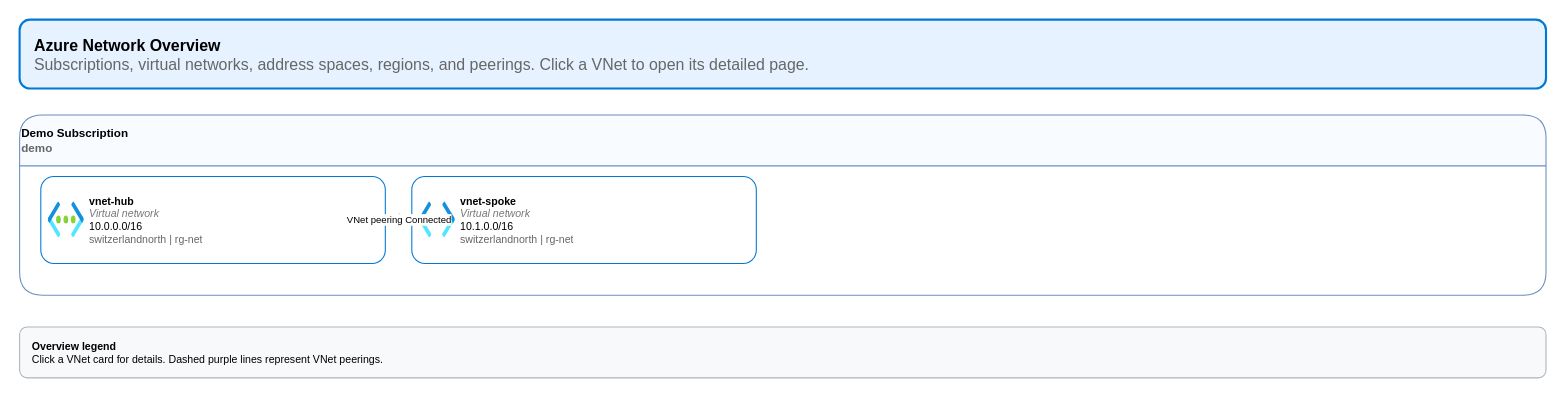
Above: page "Network Overview" (1 of 13) of sample-network.drawio in zh54321/VNetAtlas (draw.io), before the change. Source tidied: cells renumbered, new cells numbered last; positions are measured from the earlier drawing's top-left corner, leaving out a move shared by most shapes. Both pictures are drawn from the tidied source at 106%, with x=0, y=0 at pixel (19, 19).
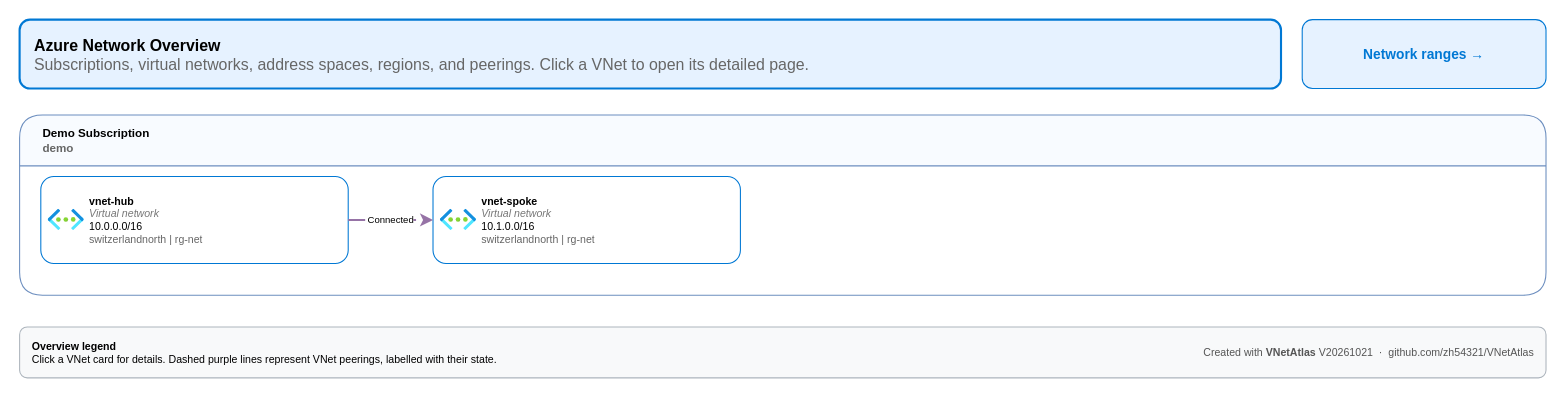
The same page after the edit.

Change to the diagram source:
```diff
@@
 <mxGraphModel background="light-dark(#ffffff,#1e1f22)">
   <root>
     <mxCell id="0" />
     <mxCell id="1" parent="0" />
     <mxCell id="2" parent="0" />
     <mxCell id="3" value="&lt;b&gt;Azure Network Overview&lt;/b&gt;&lt;br&gt;&lt;font color='#666666'&gt;Subscriptions, virtual networks, address spaces, regions, and peerings. Click a VNet to open its detailed page.&lt;/font&gt;" style="rounded=1;whiteSpace=wrap;html=1;fillColor=light-dark(#e6f2ff,#1d2d40);strokeColor=light-dark(#0078d4,#4a9be0);strokeWidth=2;fontSize=15;align=left;spacingLeft=12;fontColor=light-dark(#000000,#dcdde0);" parent="1" vertex="1">
-      <mxGeometry width="1440" height="65" as="geometry" />
+      <mxGeometry width="1190" height="65" as="geometry" />
     </mxCell>
+    <mxCell id="9" value="Network ranges &amp;#8594;" style="rounded=1;whiteSpace=wrap;html=1;fillColor=light-dark(#e6f2ff,#1d2d40);strokeColor=light-dark(#0078d4,#4a9be0);fontColor=light-dark(#0078d4,#6cb6ff);fontStyle=1;fontSize=13;" parent="1" vertex="1">
+      <mxGeometry x="1210" width="230" height="65" as="geometry" />
+    </mxCell>
-    <mxCell id="4" value="&lt;b&gt;Demo Subscription&lt;/b&gt;&lt;br&gt;&lt;font color='#666666'&gt;demo&lt;/font&gt;" style="swimlane;html=1;rounded=1;startSize=48;fillColor=light-dark(#f8fbff,#22272e);strokeColor=light-dark(#6c8ebf,#5f7fae);fontSize=11;align=left;fontColor=light-dark(#000000,#dcdde0);" parent="1" vertex="1">
+    <mxCell id="4" value="&lt;b&gt;Demo Subscription&lt;/b&gt;&lt;br&gt;&lt;font color='#666666'&gt;demo&lt;/font&gt;" style="swimlane;html=1;rounded=1;startSize=48;fillColor=light-dark(#f8fbff,#22272e);strokeColor=light-dark(#6c8ebf,#5f7fae);fontSize=11;align=left;spacingLeft=20;fontColor=light-dark(#000000,#dcdde0);" parent="1" vertex="1">
       <mxGeometry y="90" width="1440" height="170" as="geometry" />
     </mxCell>
-    <mxCell id="5" value="&lt;b&gt;vnet-hub&lt;/b&gt;&lt;br&gt;&lt;font color='#777777'&gt;&lt;i&gt;Virtual network&lt;/i&gt;&lt;/font&gt;&lt;br&gt;10.0.0.0/16&lt;br&gt;&lt;font color='#666666'&gt;switzerlandnorth | rg-net&lt;/font&gt;" style="shape=label;rounded=1;whiteSpace=wrap;html=1;image=img/lib/azure2/networking/Virtual_Networks.svg;imageWidth=34;imageHeight=34;imageAlign=left;imageVerticalAlign=middle;spacingLeft=44;align=left;verticalAlign=middle;fillColor=light-dark(#ffffff,#2b2d31);strokeColor=light-dark(#0078d4,#4a9be0);fontSize=10;overflow=hidden;fontColor=light-dark(#000000,#dcdde0);" parent="4" vertex="1">
-      <mxGeometry x="20" y="58" width="325" height="82" as="geometry" />
+    <mxCell id="5" value="&lt;b&gt;vnet-hub&lt;/b&gt;&lt;br&gt;&lt;font color='#777777'&gt;&lt;i&gt;Virtual network&lt;/i&gt;&lt;/font&gt;&lt;br&gt;10.0.0.0/16&lt;br&gt;&lt;font color='#666666'&gt;switzerlandnorth | rg-net&lt;/font&gt;" style="shape=label;rounded=1;whiteSpace=wrap;html=1;image=img/lib/azure2/networking/Virtual_Networks.svg;imageWidth=34;imageHeight=20;imageAlign=left;imageVerticalAlign=middle;spacingLeft=44;align=left;verticalAlign=middle;fillColor=light-dark(#ffffff,#2b2d31);strokeColor=light-dark(#0078d4,#4a9be0);fontSize=10;overflow=hidden;fontColor=light-dark(#000000,#dcdde0);" parent="4" vertex="1">
+      <mxGeometry x="20" y="58" width="290" height="82" as="geometry" />
     </mxCell>
-    <mxCell id="6" value="&lt;b&gt;vnet-spoke&lt;/b&gt;&lt;br&gt;&lt;font color='#777777'&gt;&lt;i&gt;Virtual network&lt;/i&gt;&lt;/font&gt;&lt;br&gt;10.1.0.0/16&lt;br&gt;&lt;font color='#666666'&gt;switzerlandnorth | rg-net&lt;/font&gt;" style="shape=label;rounded=1;whiteSpace=wrap;html=1;image=img/lib/azure2/networking/Virtual_Networks.svg;imageWidth=34;imageHeight=34;imageAlign=left;imageVerticalAlign=middle;spacingLeft=44;align=left;verticalAlign=middle;fillColor=light-dark(#ffffff,#2b2d31);strokeColor=light-dark(#0078d4,#4a9be0);fontSize=10;overflow=hidden;fontColor=light-dark(#000000,#dcdde0);" parent="4" vertex="1">
-      <mxGeometry x="370" y="58" width="325" height="82" as="geometry" />
+    <mxCell id="6" value="&lt;b&gt;vnet-spoke&lt;/b&gt;&lt;br&gt;&lt;font color='#777777'&gt;&lt;i&gt;Virtual network&lt;/i&gt;&lt;/font&gt;&lt;br&gt;10.1.0.0/16&lt;br&gt;&lt;font color='#666666'&gt;switzerlandnorth | rg-net&lt;/font&gt;" style="shape=label;rounded=1;whiteSpace=wrap;html=1;image=img/lib/azure2/networking/Virtual_Networks.svg;imageWidth=34;imageHeight=20;imageAlign=left;imageVerticalAlign=middle;spacingLeft=44;align=left;verticalAlign=middle;fillColor=light-dark(#ffffff,#2b2d31);strokeColor=light-dark(#0078d4,#4a9be0);fontSize=10;overflow=hidden;fontColor=light-dark(#000000,#dcdde0);" parent="4" vertex="1">
+      <mxGeometry x="390" y="58" width="290" height="82" as="geometry" />
     </mxCell>
-    <mxCell id="7" value="VNet peering Connected" style="edgeStyle=orthogonalEdgeStyle;rounded=1;jettySize=20;html=1;dashed=1;dashPattern=8 4;strokeColor=light-dark(#9673a6,#9c84c4);strokeWidth=2;fontSize=9;jumpStyle=arc;jumpSize=8;labelBackgroundColor=light-dark(#ffffff,#1e1f22);sourcePerimeterSpacing=4;targetPerimeterSpacing=4;exitX=1;exitY=0.5;entryX=0;entryY=0.5;exitPerimeter=1;entryPerimeter=1;fontColor=light-dark(#000000,#dcdde0);" parent="2" edge="1" source="5" target="6">
+    <mxCell id="7" value="Connected" style="edgeStyle=orthogonalEdgeStyle;rounded=1;jettySize=20;html=1;dashed=1;dashPattern=8 4;strokeColor=light-dark(#9673a6,#9c84c4);strokeWidth=2;fontSize=9;jumpStyle=arc;jumpSize=8;labelBackgroundColor=light-dark(#ffffff,#1e1f22);sourcePerimeterSpacing=4;targetPerimeterSpacing=4;exitX=1;exitY=0.5;entryX=0;entryY=0.5;exitPerimeter=1;entryPerimeter=1;fontColor=light-dark(#000000,#dcdde0);" parent="2" edge="1" source="5" target="6">
       <mxGeometry relative="1" as="geometry" />
     </mxCell>
-    <mxCell id="8" value="&lt;b&gt;Overview legend&lt;/b&gt;&lt;br&gt;Click a VNet card for details. Dashed purple lines represent VNet peerings." style="rounded=1;whiteSpace=wrap;html=1;fillColor=light-dark(#f8f9fa,#26282c);strokeColor=light-dark(#adb5bd,#4a4f57);fontSize=10;align=left;spacingLeft=10;fontColor=light-dark(#000000,#dcdde0);" parent="1" vertex="1">
+    <mxCell id="8" value="&lt;b&gt;Overview legend&lt;/b&gt;&lt;br&gt;Click a VNet card for details. Dashed purple lines represent VNet peerings, labelled with their state." style="rounded=1;whiteSpace=wrap;html=1;fillColor=light-dark(#f8f9fa,#26282c);strokeColor=light-dark(#adb5bd,#4a4f57);fontSize=10;align=left;spacingLeft=10;fontColor=light-dark(#000000,#dcdde0);" parent="1" vertex="1">
       <mxGeometry y="290" width="1440" height="48" as="geometry" />
     </mxCell>
+    <mxCell id="10" value="Created with &lt;b&gt;VNetAtlas&lt;/b&gt; V20261021 &amp;nbsp;&amp;#183;&amp;nbsp; github.com/zh54321/VNetAtlas" style="text;html=1;align=right;verticalAlign=middle;fontSize=10;fontColor=light-dark(#555555,#a0a4aa);" parent="1" vertex="1">
+      <mxGeometry x="1020" y="304" width="410" height="20" as="geometry" />
+    </mxCell>
   </root>
 </mxGraphModel>
```
